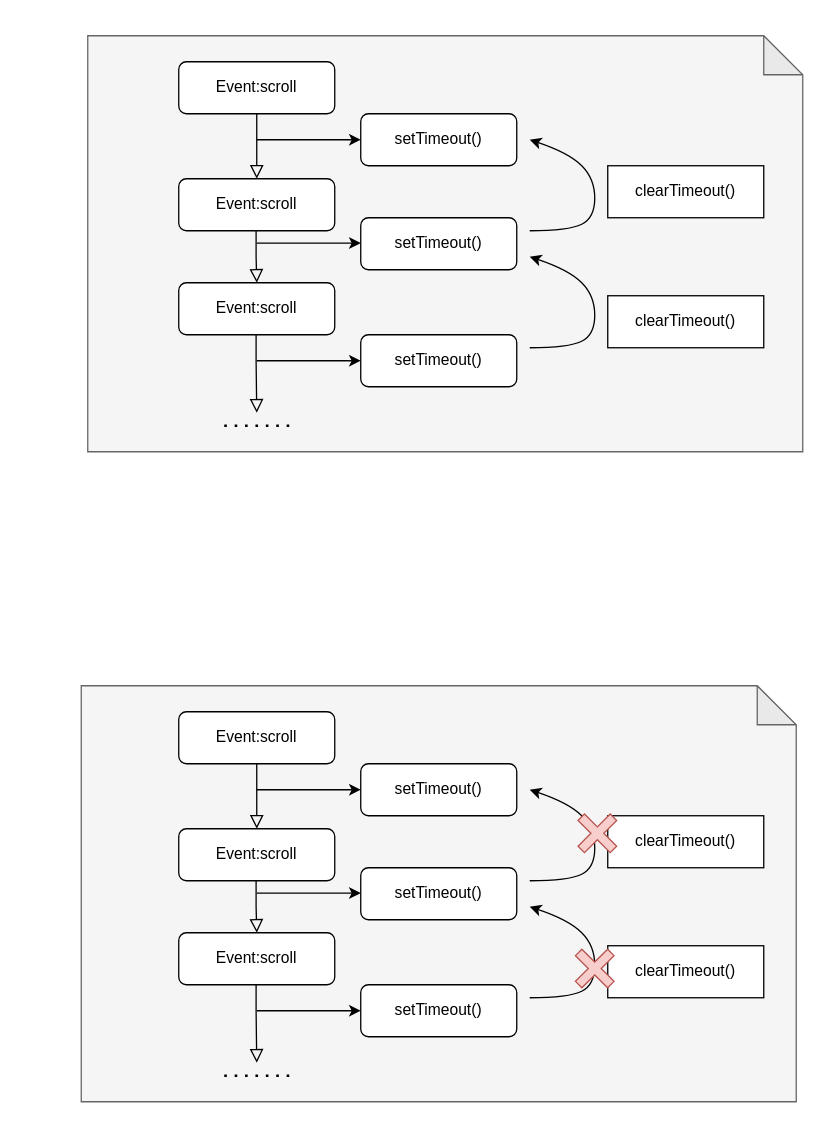
The draw.io diagram page "Page-1" (1 of 3) of public/Untitled Diagram.drawio in ruthtempo/floating-button, before the edit. Source tidied: cells renumbered, new cells numbered last; positions are measured from the earlier drawing's top-left corner, leaving out a move shared by most shapes. Both pictures are drawn from the tidied source at 130%, with x=0, y=0 at pixel (81, 35).
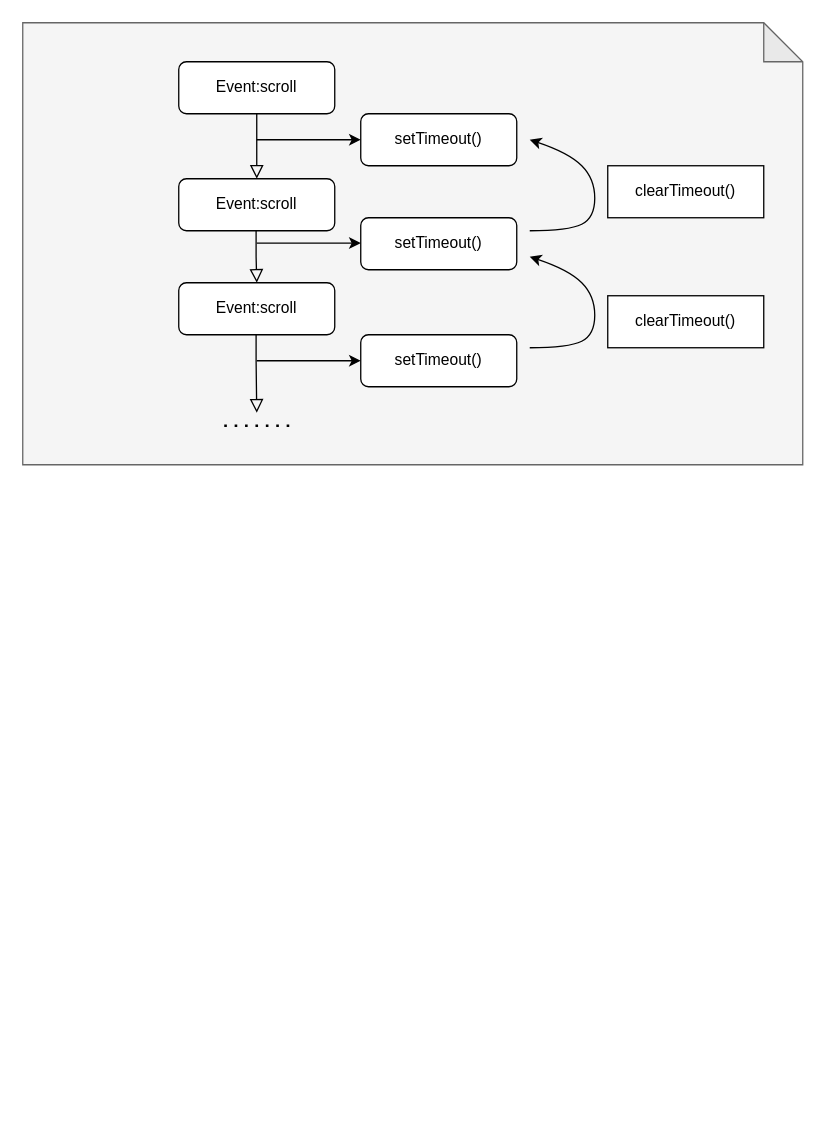
The same diagram, later.

The edit, as a diff of the source:
```diff
@@
     <mxCell id="2" style="shape=note;whiteSpace=wrap;html=1;backgroundOutline=1;darkOpacity=0.05;fontSize=15;fillColor=#f5f5f5;fontColor=#333333;strokeColor=#666666;" parent="1" vertex="1">
-      <mxGeometry x="5" width="550" height="320" as="geometry" />
+      <mxGeometry x="-45" y="-10" width="600" height="340" as="geometry" />
     </mxCell>
-    <mxCell id="3" style="shape=note;whiteSpace=wrap;html=1;backgroundOutline=1;darkOpacity=0.05;fontSize=15;fillColor=#f5f5f5;strokeColor=#666666;fontColor=#333333;" parent="1" vertex="1">
-      <mxGeometry y="500" width="550" height="320" as="geometry" />
-    </mxCell>
@@
-    <mxCell id="21" style="rounded=0;html=1;jettySize=auto;fontSize=11;endArrow=block;endFill=0;endSize=8;strokeWidth=1;shadow=0;labelBackgroundColor=none;edgeStyle=orthogonalEdgeStyle;" parent="1" edge="1" source="22">
-      <mxGeometry relative="1" as="geometry">
-        <mxPoint x="135" y="610" as="targetPoint" />
-      </mxGeometry>
-    </mxCell>
-    <mxCell id="22" value="Event:scroll" style="rounded=1;whiteSpace=wrap;html=1;fontSize=12;glass=0;strokeWidth=1;shadow=0;" parent="1" vertex="1">
-      <mxGeometry x="75" y="520" width="120" height="40" as="geometry" />
-    </mxCell>
-    <mxCell id="23" value="setTimeout()" style="rounded=1;whiteSpace=wrap;html=1;fontSize=12;glass=0;strokeWidth=1;shadow=0;" parent="1" vertex="1">
-      <mxGeometry x="215" y="560" width="120" height="40" as="geometry" />
-    </mxCell>
-    <mxCell id="24" value="Event:scroll" style="rounded=1;whiteSpace=wrap;html=1;fontSize=12;glass=0;strokeWidth=1;shadow=0;" parent="1" vertex="1">
-      <mxGeometry x="75" y="610" width="120" height="40" as="geometry" />
-    </mxCell>
-    <mxCell id="25" value="Event:scroll" style="rounded=1;whiteSpace=wrap;html=1;fontSize=12;glass=0;strokeWidth=1;shadow=0;" parent="1" vertex="1">
-      <mxGeometry x="75" y="690" width="120" height="40" as="geometry" />
-    </mxCell>
-    <mxCell id="26" style="rounded=0;html=1;jettySize=auto;orthogonalLoop=1;fontSize=11;endArrow=block;endFill=0;endSize=8;strokeWidth=1;shadow=0;labelBackgroundColor=none;edgeStyle=orthogonalEdgeStyle;" parent="1" edge="1">
-      <mxGeometry y="30" relative="1" as="geometry">
-        <mxPoint x="134.5" y="650" as="sourcePoint" />
-        <mxPoint x="135" y="690" as="targetPoint" />
-        <Array as="points">
-          <mxPoint x="135" y="670" />
-          <mxPoint x="135" y="670" />
-        </Array>
-      </mxGeometry>
-    </mxCell>
-    <mxCell id="27" value="setTimeout()" style="rounded=1;whiteSpace=wrap;html=1;fontSize=12;glass=0;strokeWidth=1;shadow=0;" parent="1" vertex="1">
-      <mxGeometry x="215" y="640" width="120" height="40" as="geometry" />
-    </mxCell>
-    <mxCell id="28" style="endArrow=classic;html=1;rounded=0;" parent="1" edge="1">
-      <mxGeometry relative="1" as="geometry">
-        <mxPoint x="135" y="659.5" as="sourcePoint" />
-        <mxPoint x="215" y="659.5" as="targetPoint" />
-      </mxGeometry>
-    </mxCell>
-    <mxCell id="29" style="endArrow=classic;html=1;rounded=0;" parent="1" edge="1">
-      <mxGeometry relative="1" as="geometry">
-        <mxPoint x="135" y="580" as="sourcePoint" />
-        <mxPoint x="215" y="580" as="targetPoint" />
-      </mxGeometry>
-    </mxCell>
-    <mxCell id="30" value="setTimeout()" style="rounded=1;whiteSpace=wrap;html=1;fontSize=12;glass=0;strokeWidth=1;shadow=0;" parent="1" vertex="1">
-      <mxGeometry x="215" y="730" width="120" height="40" as="geometry" />
-    </mxCell>
-    <mxCell id="31" style="endArrow=classic;html=1;rounded=0;" parent="1" edge="1">
-      <mxGeometry relative="1" as="geometry">
-        <mxPoint x="135" y="750" as="sourcePoint" />
-        <mxPoint x="215" y="750" as="targetPoint" />
-      </mxGeometry>
-    </mxCell>
-    <mxCell id="32" style="rounded=0;html=1;jettySize=auto;orthogonalLoop=1;fontSize=11;endArrow=block;endFill=0;endSize=8;strokeWidth=1;shadow=0;labelBackgroundColor=none;edgeStyle=orthogonalEdgeStyle;" parent="1" edge="1">
-      <mxGeometry y="30" relative="1" as="geometry">
-        <mxPoint x="134.5" y="730" as="sourcePoint" />
-        <mxPoint x="135" y="790" as="targetPoint" />
-        <Array as="points">
-          <mxPoint x="135" y="750" />
-          <mxPoint x="135" y="750" />
-        </Array>
-      </mxGeometry>
-    </mxCell>
-    <mxCell id="33" style="curved=1;endArrow=classic;html=1;rounded=0;" parent="1" edge="1">
-      <mxGeometry relative="1" as="geometry">
-        <mxPoint x="345" y="740" as="sourcePoint" />
-        <mxPoint x="345" y="670" as="targetPoint" />
-        <Array as="points">
-          <mxPoint x="375" y="740" />
-          <mxPoint x="395" y="730" />
-          <mxPoint x="395" y="700" />
-          <mxPoint x="375" y="680" />
-          <mxPoint x="345" y="670" />
-        </Array>
-      </mxGeometry>
-    </mxCell>
-    <mxCell id="34" style="curved=1;endArrow=classic;html=1;rounded=0;" parent="1" edge="1">
-      <mxGeometry relative="1" as="geometry">
-        <mxPoint x="345" y="650" as="sourcePoint" />
-        <mxPoint x="345" y="580" as="targetPoint" />
-        <Array as="points">
-          <mxPoint x="375" y="650" />
-          <mxPoint x="395" y="640" />
-          <mxPoint x="395" y="610" />
-          <mxPoint x="375" y="590" />
-          <mxPoint x="345" y="580" />
-        </Array>
-      </mxGeometry>
-    </mxCell>
-    <mxCell id="35" style="endArrow=none;dashed=1;html=1;dashPattern=1 3;strokeWidth=2;rounded=0;" parent="1" edge="1">
-      <mxGeometry relative="1" as="geometry">
-        <mxPoint x="110" y="800" as="sourcePoint" />
-        <mxPoint x="160" y="800" as="targetPoint" />
-      </mxGeometry>
-    </mxCell>
-    <mxCell id="36" value="clearTimeout()" style="rounded=0;whiteSpace=wrap;html=1;" parent="1" vertex="1">
-      <mxGeometry x="405" y="600" width="120" height="40" as="geometry" />
-    </mxCell>
-    <mxCell id="37" value="clearTimeout()" style="rounded=0;whiteSpace=wrap;html=1;" parent="1" vertex="1">
-      <mxGeometry x="405" y="700" width="120" height="40" as="geometry" />
-    </mxCell>
-    <mxCell id="38" style="shape=cross;whiteSpace=wrap;html=1;fontSize=15;fillColor=#f8cecc;rotation=45;strokeColor=#b85450;" parent="1" vertex="1">
-      <mxGeometry x="377.5" y="700" width="35" height="35" as="geometry" />
-    </mxCell>
-    <mxCell id="39" style="shape=cross;whiteSpace=wrap;html=1;fontSize=15;fillColor=#f8cecc;rotation=45;strokeColor=#b85450;" parent="1" vertex="1">
-      <mxGeometry x="379.5" y="596" width="35" height="35" as="geometry" />
-    </mxCell>
```
